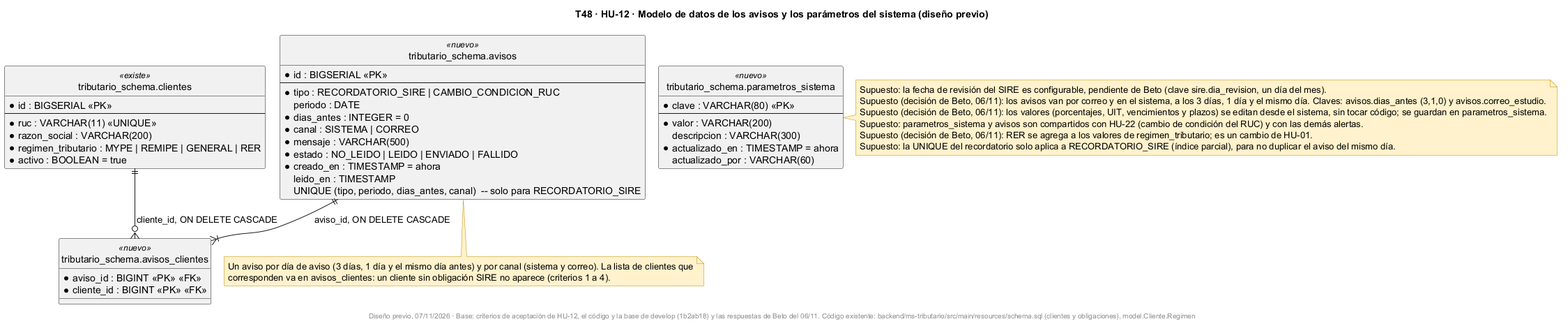
fabianrodriguez33/plus-contable keeps this PlantUML diagram as docs/uml/img/T48-HU12-er-avisos-parametros.png. Above is the earlier version. Source of this version:
```plantuml
@startuml
!pragma layout smetana
title T48 · HU-12 · Modelo de datos de los avisos y los parámetros del sistema (diseño previo)
skinparam shadowing false
skinparam noteBackgroundColor #FFF2CC
skinparam noteBorderColor #BF9000
hide circle

entity "tributario_schema.clientes" as clientes <<existe>> {
  * id : BIGSERIAL <<PK>>
  --
  * ruc : VARCHAR(11) <<UNIQUE>>
  * razon_social : VARCHAR(200)
  * regimen_tributario : MYPE | REMIPE | GENERAL | RER
  * activo : BOOLEAN = true
}
entity "tributario_schema.parametros_sistema" as param <<nuevo>> {
  * clave : VARCHAR(80) <<PK>>
  --
  * valor : VARCHAR(200)
    descripcion : VARCHAR(300)
  * actualizado_en : TIMESTAMP = ahora
    actualizado_por : VARCHAR(60)
}
entity "tributario_schema.avisos" as avisos <<nuevo>> {
  * id : BIGSERIAL <<PK>>
  --
  * tipo : RECORDATORIO_SIRE | CAMBIO_CONDICION_RUC
    periodo : DATE
  * dias_antes : INTEGER = 0
  * canal : SISTEMA | CORREO
  * mensaje : VARCHAR(500)
  * estado : NO_LEIDO | LEIDO | ENVIADO | FALLIDO
  * creado_en : TIMESTAMP = ahora
    leido_en : TIMESTAMP
  UNIQUE (tipo, periodo, dias_antes, canal)  -- solo para RECORDATORIO_SIRE
}
entity "tributario_schema.avisos_clientes" as ac <<nuevo>> {
  * aviso_id : BIGINT <<PK>> <<FK>>
  * cliente_id : BIGINT <<PK>> <<FK>>
}

avisos ||--|{ ac : aviso_id, ON DELETE CASCADE
clientes ||--o{ ac : cliente_id, ON DELETE CASCADE

note bottom of avisos
  Un aviso por día de aviso (3 días, 1 día y el mismo día antes) y por canal (sistema y correo). La lista de clientes que
  corresponden va en avisos_clientes: un cliente sin obligación SIRE no aparece (criterios 1 a 4).
end note
note right of param
  Supuesto: la fecha de revisión del SIRE es configurable, pendiente de Beto (clave sire.dia_revision, un día del mes).
  Supuesto (decisión de Beto, 06/11): los avisos van por correo y en el sistema, a los 3 días, 1 día y el mismo día. Claves: avisos.dias_antes (3,1,0) y avisos.correo_estudio.
  Supuesto (decisión de Beto, 06/11): los valores (porcentajes, UIT, vencimientos y plazos) se editan desde el sistema, sin tocar código; se guardan en parametros_sistema.
  Supuesto: parametros_sistema y avisos son compartidos con HU-22 (cambio de condición del RUC) y con las demás alertas.
  Supuesto (decisión de Beto, 06/11): RER se agrega a los valores de regimen_tributario; es un cambio de HU-01.
  Supuesto: la UNIQUE del recordatorio solo aplica a RECORDATORIO_SIRE (índice parcial), para no duplicar el aviso del mismo día.
end note
footer Diseño previo, 07/11/2026 · Base: criterios de aceptación de HU-12, el código y la base de develop (1b2ab18) y las respuestas de Beto del 06/11. Código existente: backend/ms-tributario/src/main/resources/schema.sql (clientes y obligaciones), model.Cliente.Regimen
@enduml
```
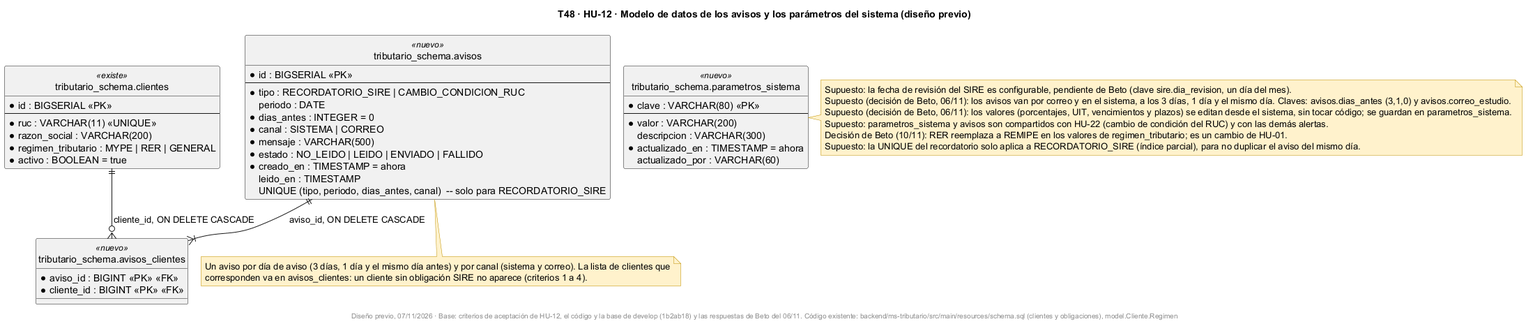
Above is the later version.

The edit, as a diff of the source:
```diff
@@ -11,7 +11,7 @@
   --
   * ruc : VARCHAR(11) <<UNIQUE>>
   * razon_social : VARCHAR(200)
-  * regimen_tributario : MYPE | REMIPE | GENERAL | RER
+  * regimen_tributario : MYPE | RER | GENERAL
   * activo : BOOLEAN = true
 }
 entity "tributario_schema.parametros_sistema" as param <<nuevo>> {
@@ -52,7 +52,7 @@
   Supuesto (decisión de Beto, 06/11): los avisos van por correo y en el sistema, a los 3 días, 1 día y el mismo día. Claves: avisos.dias_antes (3,1,0) y avisos.correo_estudio.
   Supuesto (decisión de Beto, 06/11): los valores (porcentajes, UIT, vencimientos y plazos) se editan desde el sistema, sin tocar código; se guardan en parametros_sistema.
   Supuesto: parametros_sistema y avisos son compartidos con HU-22 (cambio de condición del RUC) y con las demás alertas.
-  Supuesto (decisión de Beto, 06/11): RER se agrega a los valores de regimen_tributario; es un cambio de HU-01.
+  Decisión de Beto (10/11): RER reemplaza a REMIPE en los valores de regimen_tributario; es un cambio de HU-01.
   Supuesto: la UNIQUE del recordatorio solo aplica a RECORDATORIO_SIRE (índice parcial), para no duplicar el aviso del mismo día.
 end note
 footer Diseño previo, 07/11/2026 · Base: criterios de aceptación de HU-12, el código y la base de develop (1b2ab18) y las respuestas de Beto del 06/11. Código existente: backend/ms-tributario/src/main/resources/schema.sql (clientes y obligaciones), model.Cliente.Regimen
```
